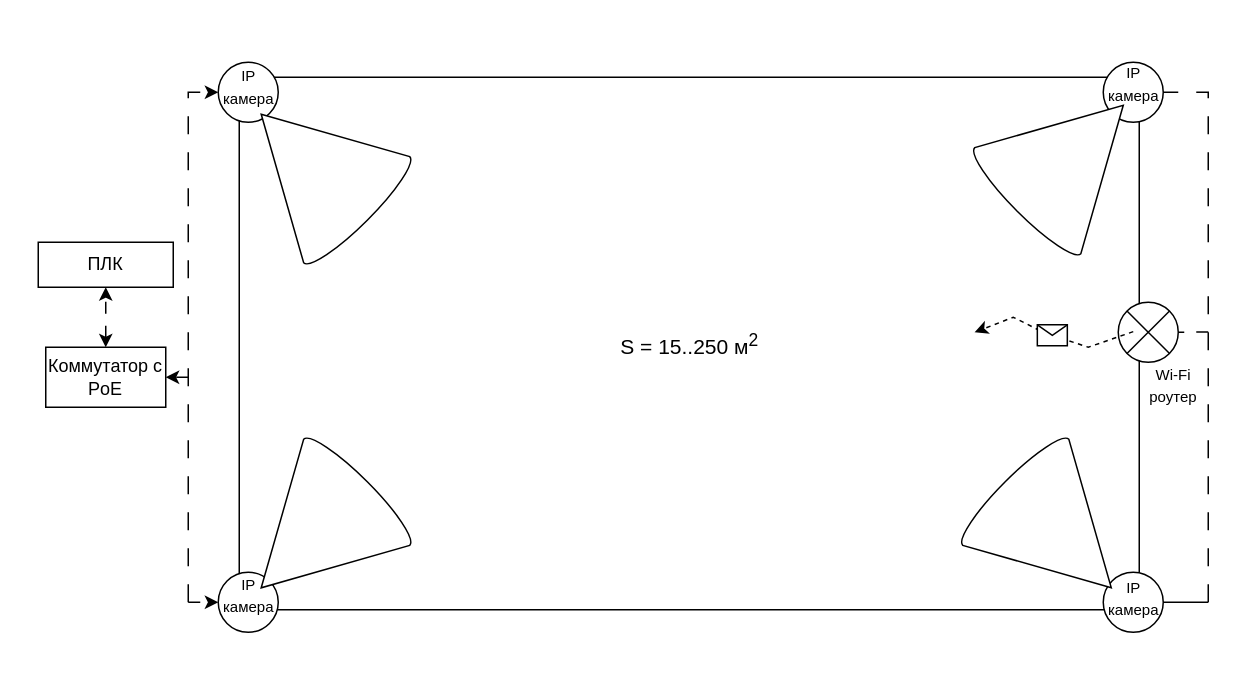
This is Схема расположения в помещении.drawio from novoselov-ie/diplom, a draw.io file, before an edit. Source tidied: cells renumbered, new cells numbered last; positions are measured from the earlier drawing's top-left corner, leaving out a move shared by most shapes. Both pictures are drawn from the tidied source at 150%, with x=0, y=0 at pixel (38, 62).
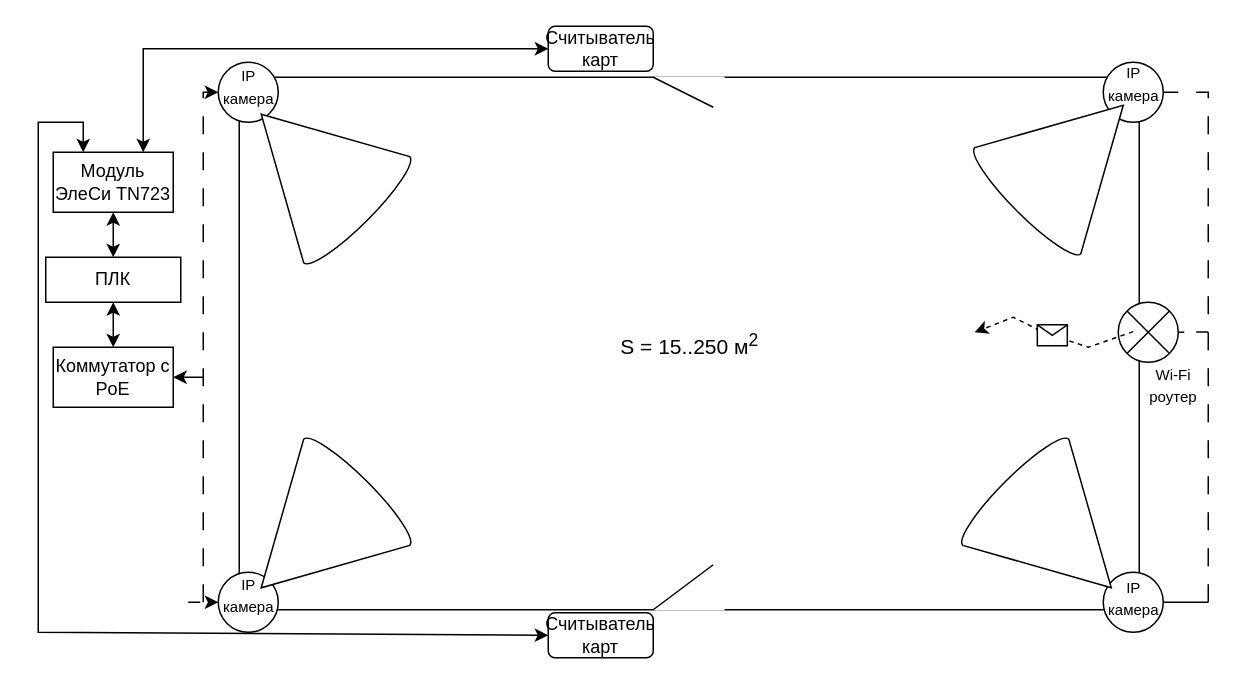
The same page after the edit.

Unchanged cells that the change refers to:
```xml
<mxCell id="7" style="ellipse;whiteSpace=wrap;html=1;" parent="1" vertex="1">
  <mxGeometry x="120" width="40" height="40" as="geometry" />
</mxCell>
```

Change to the diagram source:
```diff
@@
     <mxCell id="14" value="ПЛК" style="rounded=0;whiteSpace=wrap;html=1;" parent="1" vertex="1">
-      <mxGeometry y="120" width="90" height="30" as="geometry" />
+      <mxGeometry x="5" y="130" width="90" height="30" as="geometry" />
     </mxCell>
     <mxCell id="15" value="Коммутатор с PoE" style="rounded=0;whiteSpace=wrap;html=1;" parent="1" vertex="1">
-      <mxGeometry x="5" y="190" width="80" height="40" as="geometry" />
+      <mxGeometry x="10" y="190" width="80" height="40" as="geometry" />
     </mxCell>
     <mxCell id="16" style="endArrow=classic;html=1;rounded=0;entryX=0;entryY=0.5;entryDx=0;entryDy=0;dashed=1;dashPattern=12 12;" parent="1" edge="1" target="7">
       <mxGeometry relative="1" as="geometry">
-        <mxPoint x="100" y="360" as="sourcePoint" />
+        <mxPoint x="110" y="360" as="sourcePoint" />
         <Array as="points">
-          <mxPoint x="100" y="20" />
+          <mxPoint x="110" y="20" />
         </Array>
       </mxGeometry>
     </mxCell>
@@
-    <mxCell id="18" style="endArrow=classic;html=1;rounded=0;entryX=1;entryY=0.5;entryDx=0;entryDy=0;dashed=1;dashPattern=8 8;" parent="1" edge="1" target="15">
+    <mxCell id="18" style="endArrow=classic;html=1;rounded=0;entryX=1;entryY=0.5;entryDx=0;entryDy=0;" parent="1" edge="1" target="15">
       <mxGeometry relative="1" as="geometry">
-        <mxPoint x="100" y="210" as="sourcePoint" />
+        <mxPoint x="110" y="210" as="sourcePoint" />
+        <Array as="points">
+          <mxPoint x="90" y="210" />
+        </Array>
       </mxGeometry>
     </mxCell>
-    <mxCell id="19" style="endArrow=classic;startArrow=classic;html=1;rounded=0;entryX=0.5;entryY=1;entryDx=0;entryDy=0;exitX=0.5;exitY=0;exitDx=0;exitDy=0;dashed=1;dashPattern=8 8;" parent="1" edge="1" source="15" target="14">
+    <mxCell id="19" style="endArrow=classic;startArrow=classic;html=1;rounded=0;entryX=0.5;entryY=1;entryDx=0;entryDy=0;exitX=0.5;exitY=0;exitDx=0;exitDy=0;" parent="1" edge="1" source="15" target="14">
       <mxGeometry relative="1" as="geometry" />
     </mxCell>
@@
+    <mxCell id="29" style="endArrow=none;html=1;rounded=0;strokeColor=#FFFFFF;entryX=0.512;entryY=1;entryDx=0;entryDy=0;entryPerimeter=0;" parent="1" edge="1">
+      <mxGeometry relative="1" as="geometry">
+        <mxPoint x="410.4" y="365" as="sourcePoint" />
+        <mxPoint x="457.6" y="365" as="targetPoint" />
+      </mxGeometry>
+    </mxCell>
+    <mxCell id="30" style="endArrow=none;html=1;rounded=0;strokeColor=#FFFFFF;entryX=0.512;entryY=1;entryDx=0;entryDy=0;entryPerimeter=0;" parent="1" edge="1">
+      <mxGeometry relative="1" as="geometry">
+        <mxPoint x="410.4" y="10" as="sourcePoint" />
+        <mxPoint x="457.6" y="10" as="targetPoint" />
+      </mxGeometry>
+    </mxCell>
+    <mxCell id="31" style="endArrow=none;html=1;rounded=0;" parent="1" edge="1">
+      <mxGeometry relative="1" as="geometry">
+        <mxPoint x="410" y="365" as="sourcePoint" />
+        <mxPoint x="450" y="335" as="targetPoint" />
+      </mxGeometry>
+    </mxCell>
+    <mxCell id="32" style="endArrow=none;html=1;rounded=0;" parent="1" edge="1">
+      <mxGeometry relative="1" as="geometry">
+        <mxPoint x="450" y="30" as="sourcePoint" />
+        <mxPoint x="410" y="10" as="targetPoint" />
+      </mxGeometry>
+    </mxCell>
+    <mxCell id="33" value="Считыватель карт" style="rounded=1;whiteSpace=wrap;html=1;" parent="1" vertex="1">
+      <mxGeometry x="340" y="367" width="70" height="30" as="geometry" />
+    </mxCell>
+    <mxCell id="34" value="Считыватель карт" style="rounded=1;whiteSpace=wrap;html=1;" parent="1" vertex="1">
+      <mxGeometry x="340" y="-24" width="70" height="30" as="geometry" />
+    </mxCell>
+    <mxCell id="35" style="endArrow=classic;html=1;rounded=0;exitX=0;exitY=0.5;exitDx=0;exitDy=0;entryX=0.75;entryY=0;entryDx=0;entryDy=0;startArrow=classic;startFill=1;" parent="1" edge="1" source="34" target="36">
+      <mxGeometry relative="1" as="geometry">
+        <Array as="points">
+          <mxPoint x="70" y="-9" />
+        </Array>
+      </mxGeometry>
+    </mxCell>
+    <mxCell id="36" value="Модуль ЭлеСи TN723" style="rounded=0;whiteSpace=wrap;html=1;" parent="1" vertex="1">
+      <mxGeometry x="10" y="60" width="80" height="40" as="geometry" />
+    </mxCell>
+    <mxCell id="37" style="endArrow=classic;startArrow=classic;html=1;rounded=0;entryX=0.5;entryY=1;entryDx=0;entryDy=0;" parent="1" edge="1" target="36">
+      <mxGeometry relative="1" as="geometry">
+        <mxPoint x="50" y="130" as="sourcePoint" />
+      </mxGeometry>
+    </mxCell>
+    <mxCell id="38" style="endArrow=classic;startArrow=classic;html=1;rounded=0;entryX=0;entryY=0.5;entryDx=0;entryDy=0;exitX=0.25;exitY=0;exitDx=0;exitDy=0;" parent="1" edge="1" source="36" target="33">
+      <mxGeometry relative="1" as="geometry">
+        <Array as="points">
+          <mxPoint x="30" y="40" />
+          <mxPoint y="40" />
+          <mxPoint y="380" />
+        </Array>
+      </mxGeometry>
+    </mxCell>
```
